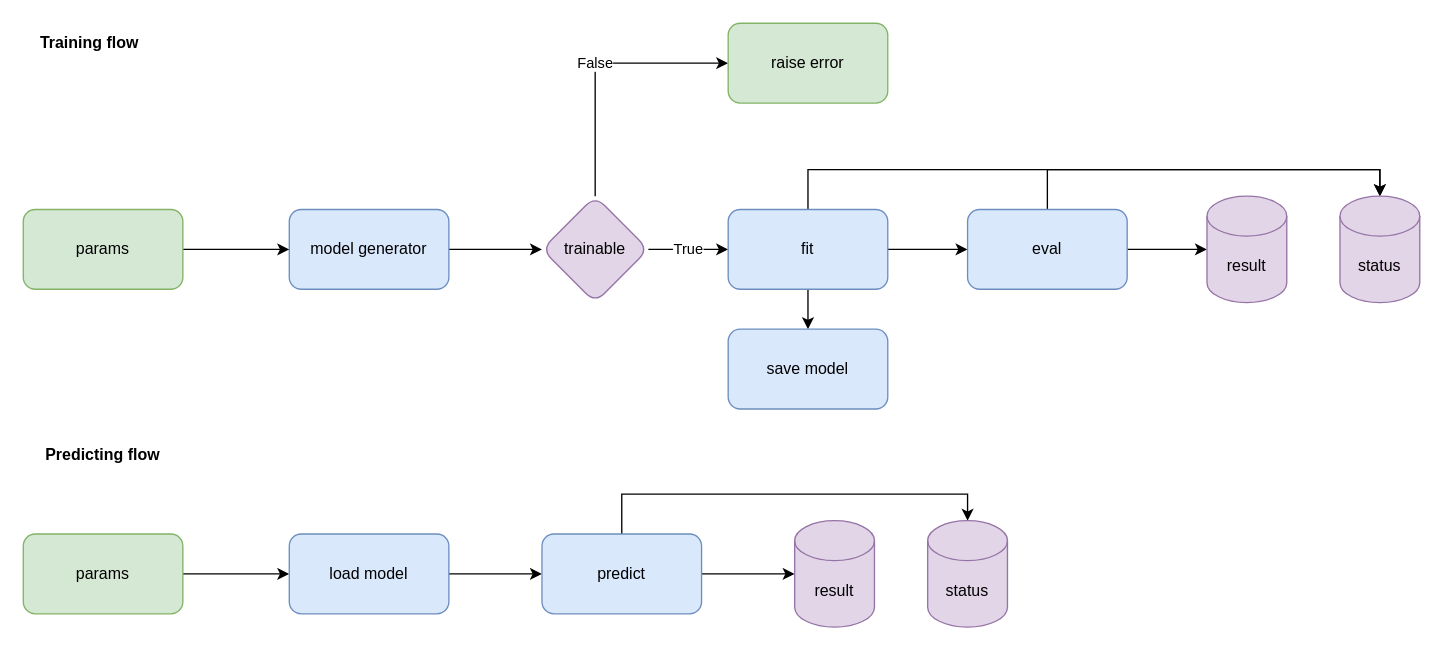
ychuang789/labelapi keeps this draw.io diagram as page "Worker flow" (6 of 8) of graph/modeling_api.drawio. Above is the earlier version. Source tidied: cells renumbered, new cells numbered last; positions are measured from the earlier drawing's top-left corner, leaving out a move shared by most shapes. Both pictures are drawn from the tidied source at 133%, with x=0, y=0 at pixel (23, 23).
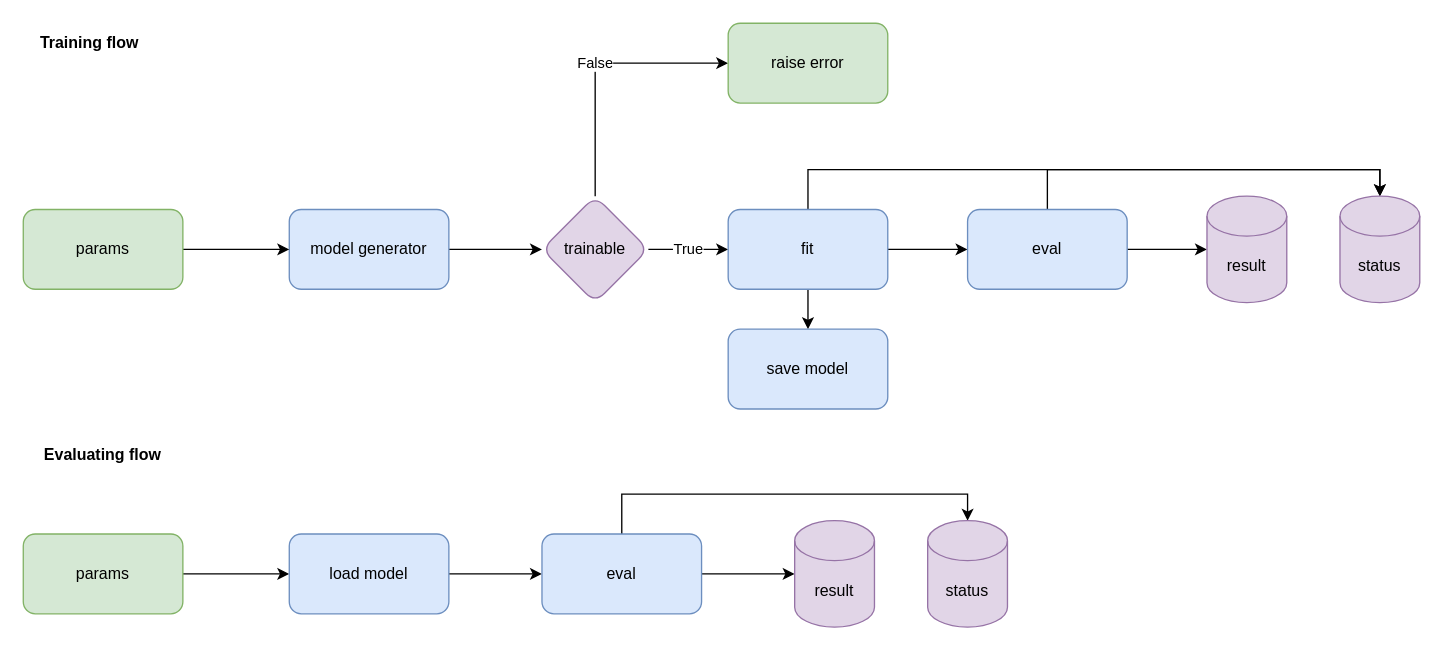
After the change.

What changed in the source:
```diff
@@
-    <mxCell id="23" value="&lt;b&gt;Predicting flow&lt;/b&gt;" style="text;html=1;strokeColor=none;fillColor=none;align=center;verticalAlign=middle;whiteSpace=wrap;rounded=0;" parent="1" vertex="1">
+    <mxCell id="23" value="&lt;b&gt;Evaluating flow&lt;/b&gt;" style="text;html=1;strokeColor=none;fillColor=none;align=center;verticalAlign=middle;whiteSpace=wrap;rounded=0;" parent="1" vertex="1">
       <mxGeometry x="10" y="310" width="100" height="30" as="geometry" />
     </mxCell>
@@
-    <mxCell id="28" value="predict" style="whiteSpace=wrap;html=1;rounded=1;strokeColor=#6c8ebf;fillColor=#dae8fc;" parent="1" vertex="1">
+    <mxCell id="28" value="eval" style="whiteSpace=wrap;html=1;rounded=1;strokeColor=#6c8ebf;fillColor=#dae8fc;" parent="1" vertex="1">
       <mxGeometry x="390" y="384" width="120" height="60" as="geometry" />
     </mxCell>
```
